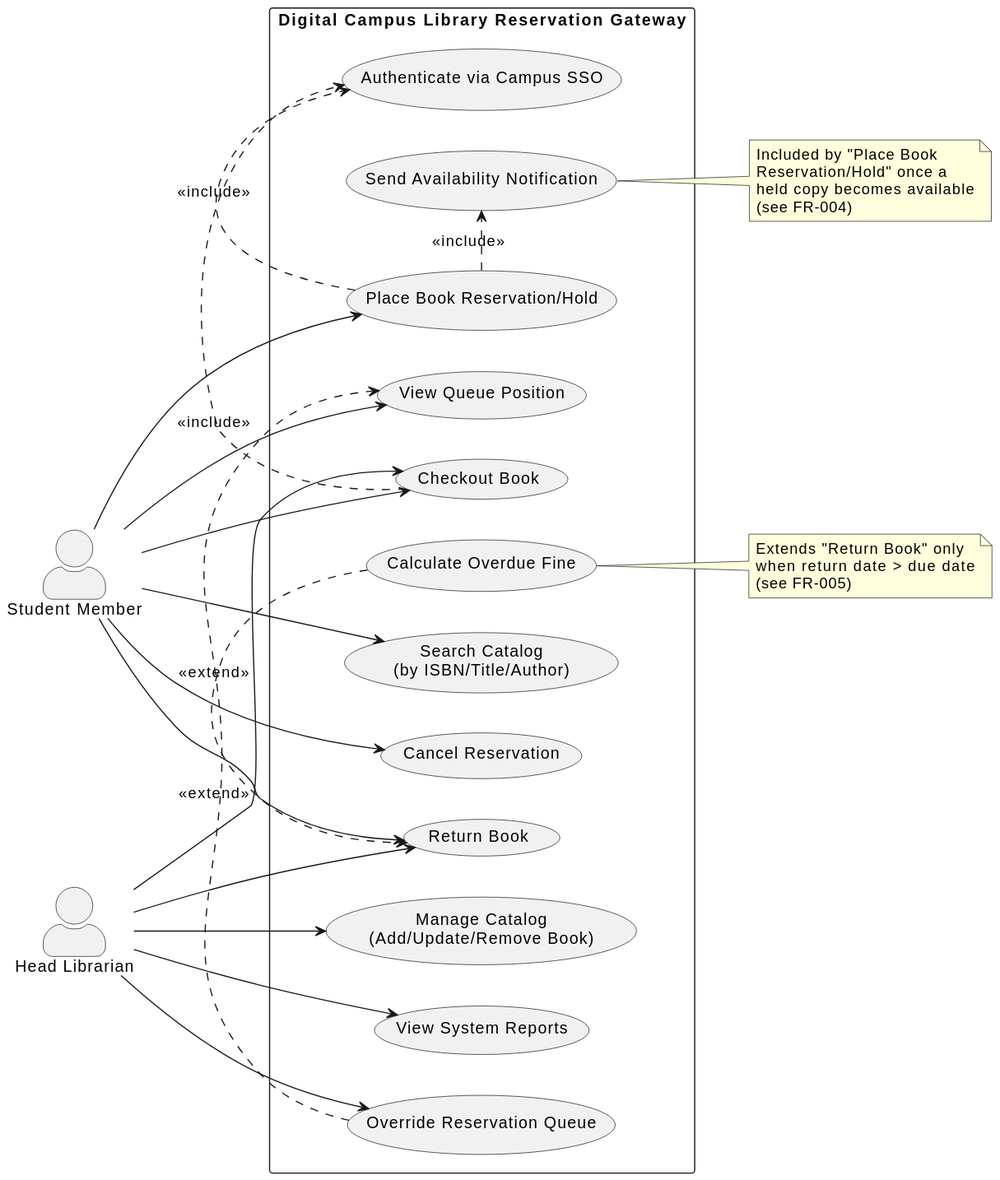
This is docs/uml/use-case-diagram.svg from rishitthgiri/SE-Labs-PES1UG24CS376, a PlantUML export, as it was before one commit.
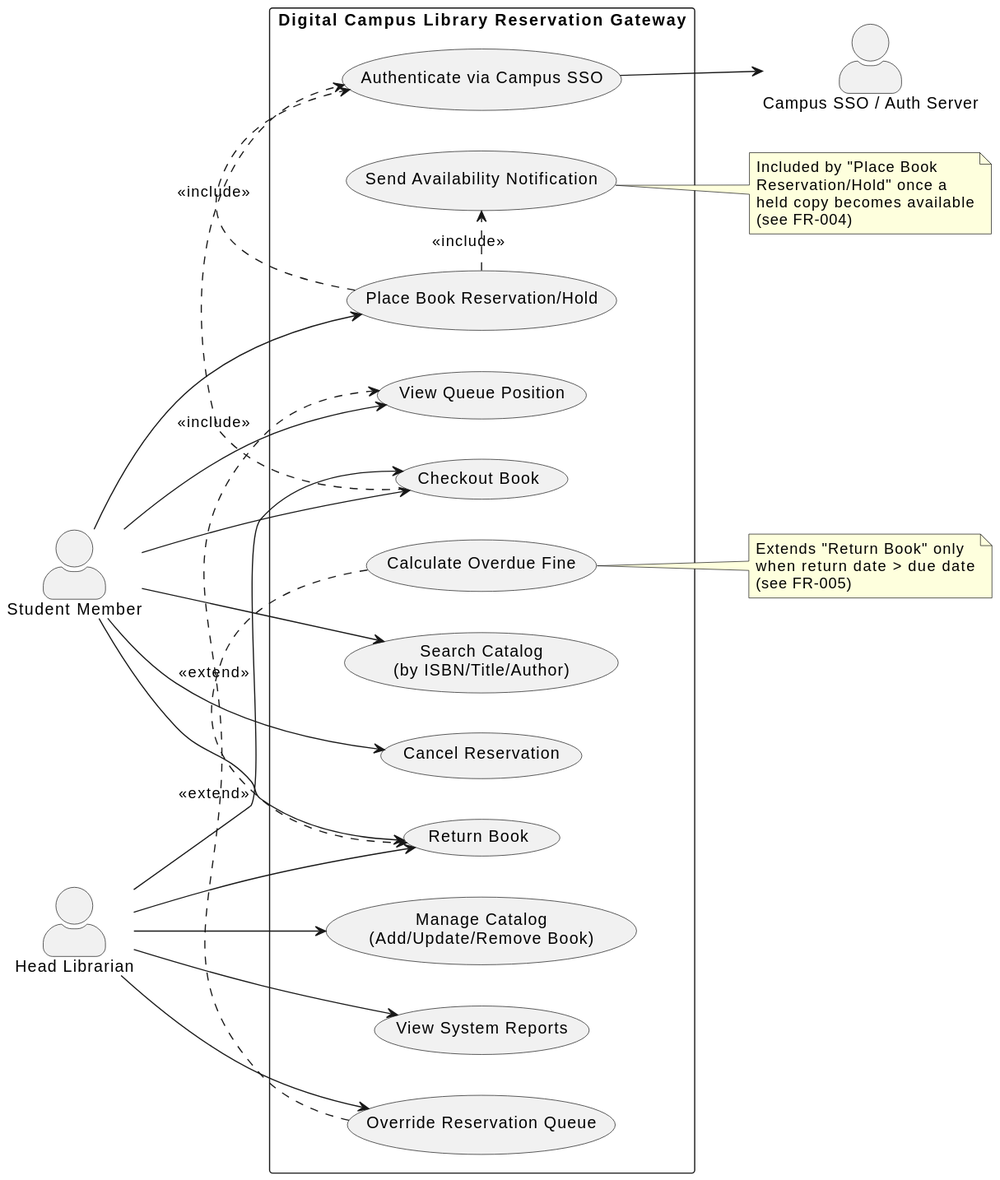
The same diagram one commit later.

Commit message:
Fix to match Lab 1 handout: add 3rd actor (Campus SSO), deliver Word/Excel requirements table, PDF use-case diagram, PDF+one-page Word use-case flow with step-anchored alternate flow

Diff of the diagram source:
```diff
@@ -5,6 +5,7 @@
 
 actor "Student Member" as Student
 actor "Head Librarian" as Librarian
+actor "Campus SSO / Auth Server" as SSO
 
 rectangle "Digital Campus Library Reservation Gateway" {
   usecase "Search Catalog\n(by ISBN/Title/Author)" as UC_Search
@@ -34,6 +35,8 @@
 Librarian --> UC_Reports
 Librarian --> UC_Override
 
+UC_Auth --> SSO
+
 UC_Reserve .> UC_Auth : <<include>>
 UC_Checkout .> UC_Auth : <<include>>
 UC_Reserve .> UC_Notify : <<include>>
```
